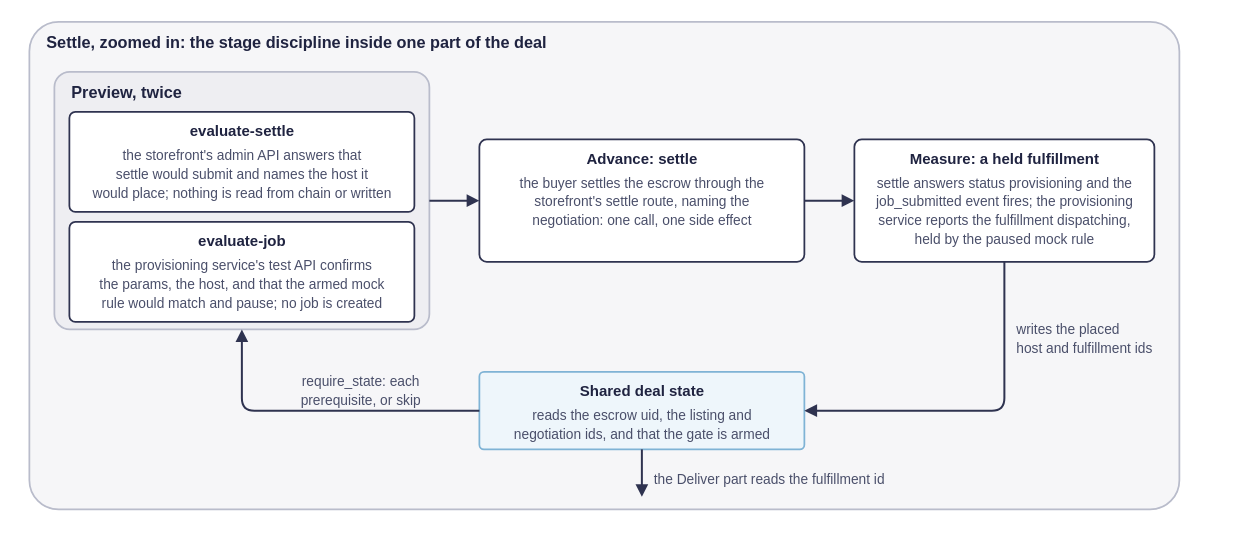
The draw.io diagram docs/development/diagrams/e2e-settle-zoom.drawio in arkhai-io/simple-compute-market, before the edit. Source tidied: cells renumbered, new cells numbered last; positions are measured from the earlier drawing's top-left corner, leaving out a move shared by most shapes. Both pictures are drawn from the tidied source at 125%, with x=0, y=0 at pixel (21, 21).
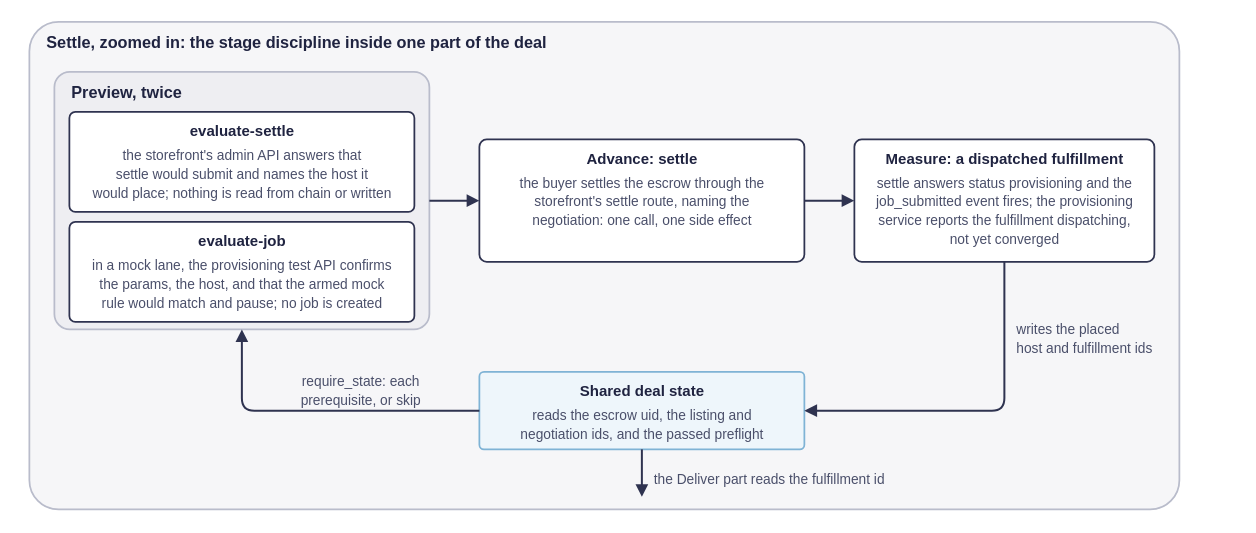
The same diagram, later.

What changed in the source:
```diff
@@
-    <mxCell id="13" value="the provisioning service's test API confirms" style="text;html=1;align=center;verticalAlign=middle;whiteSpace=nowrap;fontSize=11;fontColor=#4a4f6a;fontStyle=0;fontFamily=Helvetica;" parent="1" vertex="1">
+    <mxCell id="13" value="in a mock lane, the provisioning test API confirms" style="text;html=1;align=center;verticalAlign=middle;whiteSpace=nowrap;fontSize=11;fontColor=#4a4f6a;fontStyle=0;fontFamily=Helvetica;" parent="1" vertex="1">
       <mxGeometry x="20" y="186" width="312.1" height="17" as="geometry" />
     </mxCell>
@@
-    <mxCell id="22" value="Measure: a held fulfillment" style="text;html=1;align=center;verticalAlign=middle;whiteSpace=nowrap;fontSize=12;fontColor=#1f2340;fontStyle=1;fontFamily=Helvetica;" parent="1" vertex="1">
+    <mxCell id="22" value="Measure: a dispatched fulfillment" style="text;html=1;align=center;verticalAlign=middle;whiteSpace=nowrap;fontSize=12;fontColor=#1f2340;fontStyle=1;fontFamily=Helvetica;" parent="1" vertex="1">
       <mxGeometry x="679.6" y="101" width="212.9" height="18" as="geometry" />
     </mxCell>
@@
-    <mxCell id="26" value="held by the paused mock rule" style="text;html=1;align=center;verticalAlign=middle;whiteSpace=nowrap;fontSize=11;fontColor=#4a4f6a;fontStyle=0;fontFamily=Helvetica;" parent="1" vertex="1">
+    <mxCell id="26" value="not yet converged" style="text;html=1;align=center;verticalAlign=middle;whiteSpace=nowrap;fontSize=11;fontColor=#4a4f6a;fontStyle=0;fontFamily=Helvetica;" parent="1" vertex="1">
       <mxGeometry x="684.5" y="165" width="203" height="17" as="geometry" />
     </mxCell>
@@
-    <mxCell id="32" value="negotiation ids, and that the gate is armed" style="text;html=1;align=center;verticalAlign=middle;whiteSpace=nowrap;fontSize=11;fontColor=#4a4f6a;fontStyle=0;fontFamily=Helvetica;" parent="1" vertex="1">
+    <mxCell id="32" value="negotiation ids, and the passed preflight" style="text;html=1;align=center;verticalAlign=middle;whiteSpace=nowrap;fontSize=11;fontColor=#4a4f6a;fontStyle=0;fontFamily=Helvetica;" parent="1" vertex="1">
       <mxGeometry x="343.4" y="321" width="305.3" height="17" as="geometry" />
     </mxCell>
```
